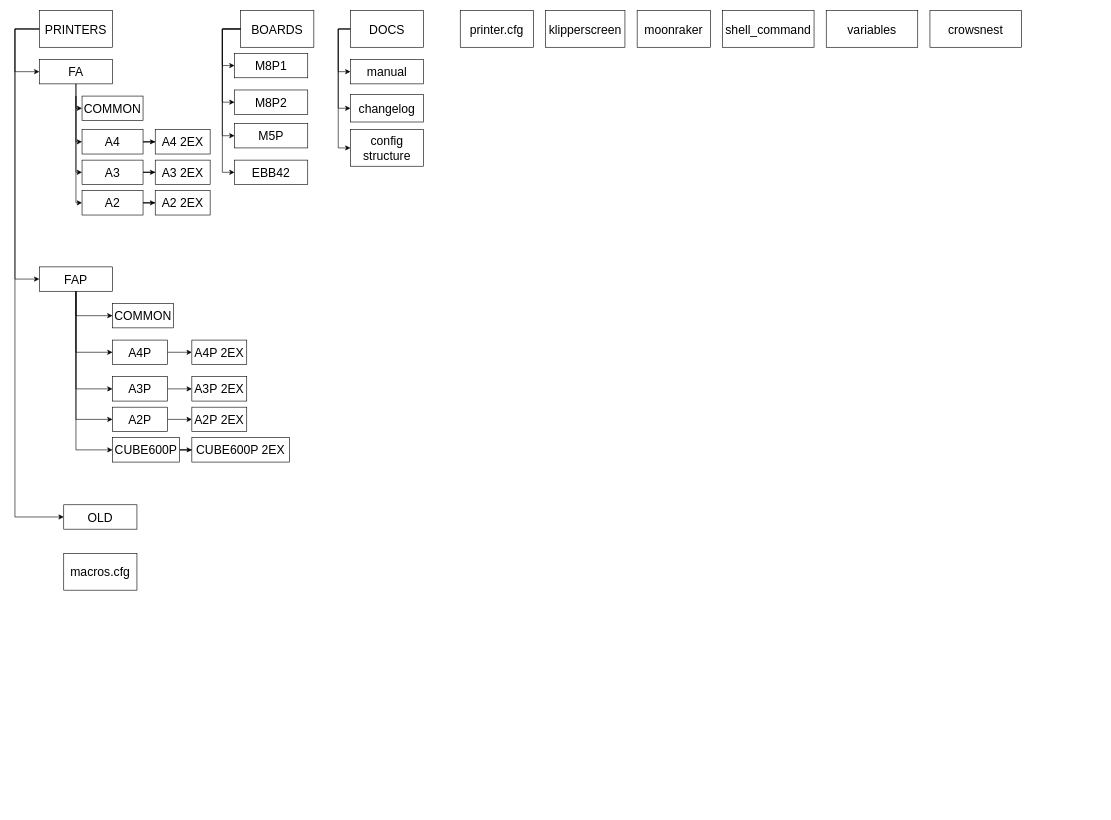
The draw.io diagram docs/Config structure.drawio in VLGBT/config, before the edit. Source tidied: cells renumbered, new cells numbered last; positions are measured from the earlier drawing's top-left corner, leaving out a move shared by most shapes. Both pictures are drawn from the tidied source at 61%, with x=0, y=0 at pixel (15, 10).
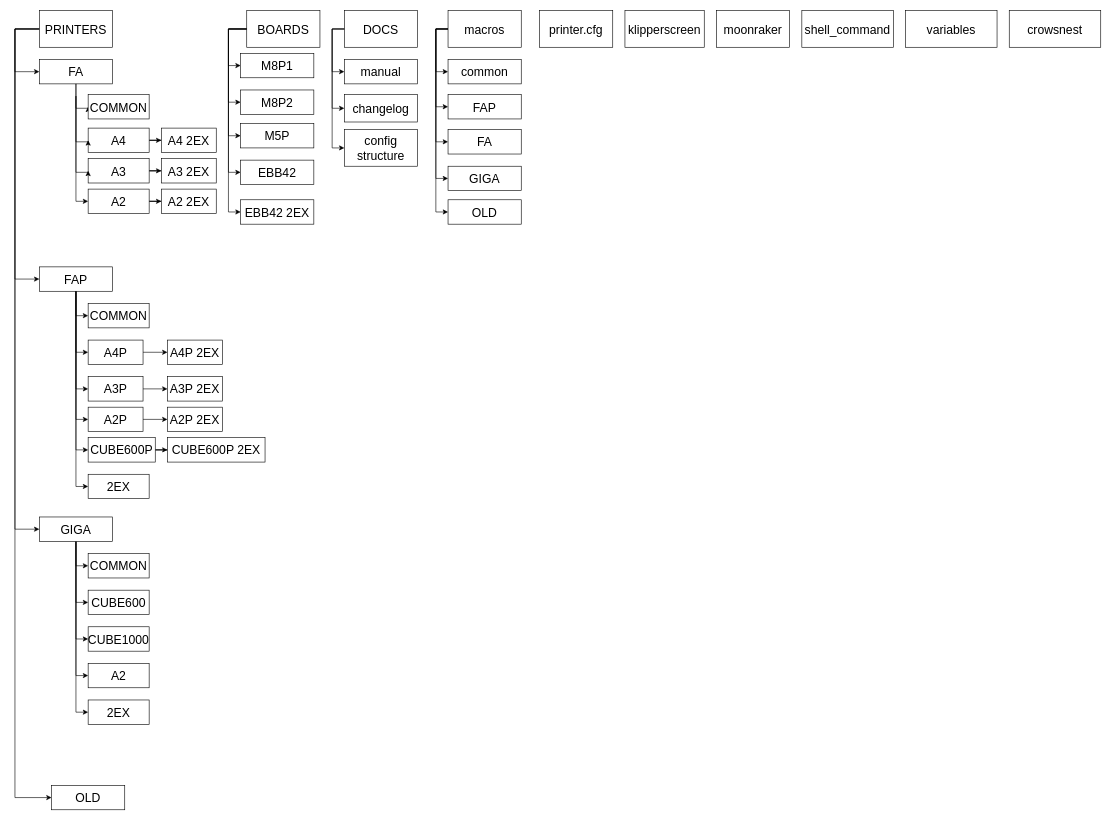
Above is the later version.

Commit message (it also covers changes not shown here):
Update config stricture

The change refers to these unchanged cells:
```xml
<mxCell id="3" value="&lt;span style=&quot;font-size: 20px;&quot;&gt;PRINTERS&lt;/span&gt;" style="rounded=0;whiteSpace=wrap;html=1;" parent="1" vertex="1">
  <mxGeometry x="40" width="120" height="60" as="geometry" />
</mxCell>
<mxCell id="11" value="&lt;font style=&quot;font-size: 20px;&quot;&gt;FAP&lt;/font&gt;" style="rounded=0;whiteSpace=wrap;html=1;" parent="1" vertex="1">
  <mxGeometry x="40" y="420" width="120" height="40" as="geometry" />
</mxCell>
```

Change to the diagram source:
```diff
@@
+    <mxCell id="64" style="edgeStyle=orthogonalEdgeStyle;rounded=0;jettySize=auto;html=1;entryX=0;entryY=0.5;entryDx=0;entryDy=0;" parent="1" edge="1" source="3" target="83">
+      <mxGeometry relative="1" as="geometry">
+        <Array as="points">
+          <mxPoint y="30" />
+          <mxPoint y="850" />
+        </Array>
+      </mxGeometry>
+    </mxCell>
@@
     <mxCell id="4" style="edgeStyle=orthogonalEdgeStyle;rounded=0;jettySize=auto;html=1;entryX=0;entryY=0.5;entryDx=0;entryDy=0;" parent="1" edge="1" source="5" target="44">
       <mxGeometry relative="1" as="geometry">
         <Array as="points">
-          <mxPoint x="530" y="30" />
-          <mxPoint x="530" y="100" />
+          <mxPoint x="520" y="30" />
+          <mxPoint x="520" y="100" />
         </Array>
       </mxGeometry>
     </mxCell>
     <mxCell id="5" value="&lt;font style=&quot;font-size: 20px;&quot;&gt;DOCS&lt;/font&gt;" style="rounded=0;whiteSpace=wrap;html=1;" parent="1" vertex="1">
-      <mxGeometry x="550" width="120" height="60" as="geometry" />
+      <mxGeometry x="540" width="120" height="60" as="geometry" />
     </mxCell>
     <mxCell id="6" value="&lt;font style=&quot;font-size: 20px;&quot;&gt;printer.cfg&lt;/font&gt;" style="rounded=0;whiteSpace=wrap;html=1;" parent="1" vertex="1">
-      <mxGeometry x="730" width="120" height="60" as="geometry" />
+      <mxGeometry x="860" width="120" height="60" as="geometry" />
     </mxCell>
@@
+    <mxCell id="65" style="edgeStyle=orthogonalEdgeStyle;rounded=0;jettySize=auto;html=1;entryX=0;entryY=0.5;entryDx=0;entryDy=0;" parent="1" edge="1" source="11" target="88">
+      <mxGeometry relative="1" as="geometry" />
+    </mxCell>
@@
     <mxCell id="12" value="&lt;font style=&quot;font-size: 20px;&quot;&gt;OLD&lt;br&gt;&lt;/font&gt;" style="rounded=0;whiteSpace=wrap;html=1;" parent="1" vertex="1">
-      <mxGeometry x="80" y="810" width="120" height="40" as="geometry" />
+      <mxGeometry x="60" y="1270" width="120" height="40" as="geometry" />
     </mxCell>
+    <mxCell id="66" style="edgeStyle=orthogonalEdgeStyle;rounded=0;jettySize=auto;html=1;entryX=0;entryY=0.5;entryDx=0;entryDy=0;" parent="1" edge="1" source="13" target="76">
+      <mxGeometry relative="1" as="geometry">
+        <Array as="points">
+          <mxPoint x="690" y="30" />
+          <mxPoint x="690" y="330" />
+        </Array>
+      </mxGeometry>
+    </mxCell>
+    <mxCell id="67" style="edgeStyle=orthogonalEdgeStyle;rounded=0;jettySize=auto;html=1;entryX=0;entryY=0.5;entryDx=0;entryDy=0;" parent="1" edge="1" source="13" target="72">
+      <mxGeometry relative="1" as="geometry">
+        <Array as="points">
+          <mxPoint x="690" y="30" />
+          <mxPoint x="690" y="100" />
+        </Array>
+      </mxGeometry>
+    </mxCell>
+    <mxCell id="68" style="edgeStyle=orthogonalEdgeStyle;rounded=0;jettySize=auto;html=1;entryX=0;entryY=0.5;entryDx=0;entryDy=0;" parent="1" edge="1" source="13" target="73">
+      <mxGeometry relative="1" as="geometry">
+        <Array as="points">
+          <mxPoint x="690" y="30" />
+          <mxPoint x="690" y="158" />
+        </Array>
+      </mxGeometry>
+    </mxCell>
+    <mxCell id="69" style="edgeStyle=orthogonalEdgeStyle;rounded=0;jettySize=auto;html=1;entryX=0;entryY=0.5;entryDx=0;entryDy=0;" parent="1" edge="1" source="13" target="74">
+      <mxGeometry relative="1" as="geometry">
+        <Array as="points">
+          <mxPoint x="690" y="30" />
+          <mxPoint x="690" y="215" />
+        </Array>
+      </mxGeometry>
+    </mxCell>
+    <mxCell id="70" style="edgeStyle=orthogonalEdgeStyle;rounded=0;jettySize=auto;html=1;entryX=0;entryY=0.5;entryDx=0;entryDy=0;" parent="1" edge="1" source="13" target="75">
+      <mxGeometry relative="1" as="geometry">
+        <Array as="points">
+          <mxPoint x="690" y="30" />
+          <mxPoint x="690" y="275" />
+        </Array>
+      </mxGeometry>
+    </mxCell>
-    <mxCell id="13" value="&lt;font style=&quot;font-size: 20px;&quot;&gt;macros.cfg&lt;/font&gt;" style="rounded=0;whiteSpace=wrap;html=1;" parent="1" vertex="1">
-      <mxGeometry x="80" y="890" width="120" height="60" as="geometry" />
+    <mxCell id="13" value="&lt;font style=&quot;font-size: 20px;&quot;&gt;ma&lt;/font&gt;&lt;span style=&quot;font-size: 20px; background-color: initial;&quot;&gt;cros&lt;/span&gt;" style="rounded=0;whiteSpace=wrap;html=1;" parent="1" vertex="1">
+      <mxGeometry x="710" width="120" height="60" as="geometry" />
     </mxCell>
     <mxCell id="14" value="&lt;font style=&quot;font-size: 20px;&quot;&gt;COMMON&lt;/font&gt;" style="rounded=0;whiteSpace=wrap;html=1;" parent="1" vertex="1">
-      <mxGeometry x="110" y="140" width="100" height="40" as="geometry" />
+      <mxGeometry x="120" y="137.5" width="100" height="40" as="geometry" />
     </mxCell>
@@
     <mxCell id="16" value="&lt;font style=&quot;font-size: 20px;&quot;&gt;A4&lt;/font&gt;" style="rounded=0;whiteSpace=wrap;html=1;" parent="1" vertex="1">
-      <mxGeometry x="110" y="195" width="100" height="40" as="geometry" />
+      <mxGeometry x="120" y="192.5" width="100" height="40" as="geometry" />
     </mxCell>
     <mxCell id="17" value="&lt;font style=&quot;font-size: 20px;&quot;&gt;A4 2EX&lt;/font&gt;" style="rounded=0;whiteSpace=wrap;html=1;" parent="1" vertex="1">
-      <mxGeometry x="230" y="195" width="90" height="40" as="geometry" />
+      <mxGeometry x="240" y="192.5" width="90" height="40" as="geometry" />
     </mxCell>
@@
     <mxCell id="19" value="&lt;font style=&quot;font-size: 20px;&quot;&gt;A3&lt;/font&gt;" style="rounded=0;whiteSpace=wrap;html=1;" parent="1" vertex="1">
-      <mxGeometry x="110" y="245" width="100" height="40" as="geometry" />
+      <mxGeometry x="120" y="242.5" width="100" height="40" as="geometry" />
     </mxCell>
     <mxCell id="20" value="&lt;font style=&quot;font-size: 20px;&quot;&gt;A3&lt;/font&gt;&lt;span style=&quot;font-size: 20px; background-color: initial;&quot;&gt;&amp;nbsp;2EX&lt;/span&gt;" style="rounded=0;whiteSpace=wrap;html=1;" parent="1" vertex="1">
-      <mxGeometry x="230" y="245" width="90" height="40" as="geometry" />
+      <mxGeometry x="240" y="242.5" width="90" height="40" as="geometry" />
     </mxCell>
@@
     <mxCell id="22" value="&lt;font style=&quot;font-size: 20px;&quot;&gt;A2&lt;/font&gt;" style="rounded=0;whiteSpace=wrap;html=1;" parent="1" vertex="1">
-      <mxGeometry x="110" y="295" width="100" height="40" as="geometry" />
+      <mxGeometry x="120" y="292.5" width="100" height="40" as="geometry" />
     </mxCell>
     <mxCell id="23" value="&lt;font style=&quot;font-size: 20px;&quot;&gt;A2&lt;/font&gt;&lt;span style=&quot;font-size: 20px; background-color: initial;&quot;&gt;&amp;nbsp;2EX&lt;/span&gt;" style="rounded=0;whiteSpace=wrap;html=1;" parent="1" vertex="1">
-      <mxGeometry x="230" y="295" width="90" height="40" as="geometry" />
+      <mxGeometry x="240" y="292.5" width="90" height="40" as="geometry" />
     </mxCell>
@@
     <mxCell id="25" value="&lt;font style=&quot;font-size: 20px;&quot;&gt;CUBE600P&lt;/font&gt;" style="rounded=0;whiteSpace=wrap;html=1;" parent="1" vertex="1">
-      <mxGeometry x="160" y="700" width="110" height="40" as="geometry" />
+      <mxGeometry x="120" y="700" width="110" height="40" as="geometry" />
     </mxCell>
     <mxCell id="26" value="&lt;font style=&quot;font-size: 20px;&quot;&gt;CUBE600P 2EX&lt;/font&gt;" style="rounded=0;whiteSpace=wrap;html=1;" parent="1" vertex="1">
-      <mxGeometry x="290" y="700" width="160" height="40" as="geometry" />
+      <mxGeometry x="250" y="700" width="160" height="40" as="geometry" />
     </mxCell>
     <mxCell id="27" value="&lt;font style=&quot;font-size: 20px;&quot;&gt;COMMON&lt;/font&gt;" style="rounded=0;whiteSpace=wrap;html=1;" parent="1" vertex="1">
-      <mxGeometry x="160" y="480" width="100" height="40" as="geometry" />
+      <mxGeometry x="120" y="480" width="100" height="40" as="geometry" />
     </mxCell>
@@
     <mxCell id="29" value="&lt;font style=&quot;font-size: 20px;&quot;&gt;A4P&lt;/font&gt;" style="rounded=0;whiteSpace=wrap;html=1;" parent="1" vertex="1">
-      <mxGeometry x="160" y="540" width="90" height="40" as="geometry" />
+      <mxGeometry x="120" y="540" width="90" height="40" as="geometry" />
     </mxCell>
     <mxCell id="30" value="&lt;font style=&quot;font-size: 20px;&quot;&gt;A4P 2EX&lt;/font&gt;" style="rounded=0;whiteSpace=wrap;html=1;" parent="1" vertex="1">
-      <mxGeometry x="290" y="540" width="90" height="40" as="geometry" />
+      <mxGeometry x="250" y="540" width="90" height="40" as="geometry" />
     </mxCell>
@@
     <mxCell id="32" value="&lt;font style=&quot;font-size: 20px;&quot;&gt;A3P&lt;/font&gt;" style="rounded=0;whiteSpace=wrap;html=1;" parent="1" vertex="1">
-      <mxGeometry x="160" y="600" width="90" height="40" as="geometry" />
+      <mxGeometry x="120" y="600" width="90" height="40" as="geometry" />
     </mxCell>
     <mxCell id="33" value="&lt;font style=&quot;font-size: 20px;&quot;&gt;A3P&lt;/font&gt;&lt;span style=&quot;font-size: 20px; background-color: initial;&quot;&gt;&amp;nbsp;2EX&lt;/span&gt;" style="rounded=0;whiteSpace=wrap;html=1;" parent="1" vertex="1">
-      <mxGeometry x="290" y="600" width="90" height="40" as="geometry" />
+      <mxGeometry x="250" y="600" width="90" height="40" as="geometry" />
     </mxCell>
@@
     <mxCell id="35" value="&lt;font style=&quot;font-size: 20px;&quot;&gt;A2P&lt;/font&gt;" style="rounded=0;whiteSpace=wrap;html=1;" parent="1" vertex="1">
-      <mxGeometry x="160" y="650" width="90" height="40" as="geometry" />
+      <mxGeometry x="120" y="650" width="90" height="40" as="geometry" />
     </mxCell>
     <mxCell id="36" value="&lt;font style=&quot;font-size: 20px;&quot;&gt;A2P&lt;/font&gt;&lt;span style=&quot;font-size: 20px; background-color: initial;&quot;&gt;&amp;nbsp;2EX&lt;/span&gt;" style="rounded=0;whiteSpace=wrap;html=1;" parent="1" vertex="1">
-      <mxGeometry x="290" y="650" width="90" height="40" as="geometry" />
+      <mxGeometry x="250" y="650" width="90" height="40" as="geometry" />
     </mxCell>
@@
     <mxCell id="44" value="&lt;span style=&quot;font-size: 20px;&quot;&gt;manual&lt;/span&gt;" style="rounded=0;whiteSpace=wrap;html=1;" parent="1" vertex="1">
-      <mxGeometry x="550" y="80" width="120" height="40" as="geometry" />
+      <mxGeometry x="540" y="80" width="120" height="40" as="geometry" />
     </mxCell>
     <mxCell id="45" value="&lt;font style=&quot;font-size: 20px;&quot;&gt;changelog&lt;/font&gt;" style="rounded=0;whiteSpace=wrap;html=1;" parent="1" vertex="1">
-      <mxGeometry x="550" y="137.5" width="120" height="45" as="geometry" />
+      <mxGeometry x="540" y="137.5" width="120" height="45" as="geometry" />
     </mxCell>
     <mxCell id="46" style="edgeStyle=orthogonalEdgeStyle;rounded=0;jettySize=auto;html=1;exitX=0;exitY=0.5;exitDx=0;exitDy=0;entryX=0;entryY=0.5;entryDx=0;entryDy=0;" parent="1" edge="1" source="5" target="45">
       <mxGeometry relative="1" as="geometry">
         <Array as="points">
-          <mxPoint x="530" y="30" />
-          <mxPoint x="530" y="160" />
+          <mxPoint x="520" y="30" />
+          <mxPoint x="520" y="160" />
         </Array>
       </mxGeometry>
     </mxCell>
+    <mxCell id="71" style="edgeStyle=orthogonalEdgeStyle;rounded=0;jettySize=auto;html=1;entryX=0;entryY=0.5;entryDx=0;entryDy=0;" parent="1" edge="1" source="47" target="77">
+      <mxGeometry relative="1" as="geometry">
+        <Array as="points">
+          <mxPoint x="350" y="30" />
+          <mxPoint x="350" y="330" />
+        </Array>
+      </mxGeometry>
+    </mxCell>
     <mxCell id="47" value="&lt;font style=&quot;font-size: 20px;&quot;&gt;BOARDS&lt;/font&gt;" style="rounded=0;whiteSpace=wrap;html=1;" parent="1" vertex="1">
-      <mxGeometry x="370" width="120" height="60" as="geometry" />
+      <mxGeometry x="380" width="120" height="60" as="geometry" />
     </mxCell>
     <mxCell id="48" value="&lt;span style=&quot;font-size: 20px;&quot;&gt;M8P1&lt;/span&gt;" style="rounded=0;whiteSpace=wrap;html=1;" parent="1" vertex="1">
-      <mxGeometry x="360" y="70" width="120" height="40" as="geometry" />
+      <mxGeometry x="370" y="70" width="120" height="40" as="geometry" />
     </mxCell>
     <mxCell id="49" value="&lt;font style=&quot;font-size: 20px;&quot;&gt;M8P2&lt;/font&gt;" style="rounded=0;whiteSpace=wrap;html=1;" parent="1" vertex="1">
-      <mxGeometry x="360" y="130" width="120" height="40" as="geometry" />
+      <mxGeometry x="370" y="130" width="120" height="40" as="geometry" />
     </mxCell>
     <mxCell id="50" value="&lt;font style=&quot;font-size: 20px;&quot;&gt;M5P&lt;/font&gt;" style="rounded=0;whiteSpace=wrap;html=1;" parent="1" vertex="1">
-      <mxGeometry x="360" y="185" width="120" height="40" as="geometry" />
+      <mxGeometry x="370" y="185" width="120" height="40" as="geometry" />
     </mxCell>
     <mxCell id="51" value="&lt;font style=&quot;font-size: 20px;&quot;&gt;EBB42&lt;/font&gt;" style="rounded=0;whiteSpace=wrap;html=1;" parent="1" vertex="1">
-      <mxGeometry x="360" y="245" width="120" height="40" as="geometry" />
+      <mxGeometry x="370" y="245" width="120" height="40" as="geometry" />
     </mxCell>
     <mxCell id="52" style="edgeStyle=orthogonalEdgeStyle;rounded=0;jettySize=auto;html=1;entryX=0;entryY=0.5;entryDx=0;entryDy=0;exitX=0;exitY=0.5;exitDx=0;exitDy=0;" parent="1" edge="1" source="3" target="12">
       <mxGeometry relative="1" as="geometry">
         <Array as="points">
           <mxPoint y="30" />
-          <mxPoint y="830" />
+          <mxPoint y="1290" />
+          <mxPoint x="60" y="1290" />
         </Array>
       </mxGeometry>
     </mxCell>
     <mxCell id="53" value="&lt;font style=&quot;font-size: 20px;&quot;&gt;config structure&lt;/font&gt;" style="rounded=0;whiteSpace=wrap;html=1;" parent="1" vertex="1">
-      <mxGeometry x="550" y="195" width="120" height="60" as="geometry" />
+      <mxGeometry x="540" y="195" width="120" height="60" as="geometry" />
     </mxCell>
     <mxCell id="54" style="edgeStyle=orthogonalEdgeStyle;rounded=0;jettySize=auto;html=1;entryX=0;entryY=0.5;entryDx=0;entryDy=0;exitX=0;exitY=0.5;exitDx=0;exitDy=0;" parent="1" edge="1" source="5" target="53">
       <mxGeometry relative="1" as="geometry">
         <Array as="points">
-          <mxPoint x="530" y="30" />
-          <mxPoint x="530" y="225" />
+          <mxPoint x="520" y="30" />
+          <mxPoint x="520" y="225" />
         </Array>
       </mxGeometry>
     </mxCell>
     <mxCell id="55" style="edgeStyle=orthogonalEdgeStyle;rounded=0;jettySize=auto;html=1;entryX=0;entryY=0.5;entryDx=0;entryDy=0;exitX=0;exitY=0.5;exitDx=0;exitDy=0;" parent="1" edge="1" source="47" target="50">
       <mxGeometry relative="1" as="geometry">
         <Array as="points">
-          <mxPoint x="340" y="30" />
-          <mxPoint x="340" y="205" />
+          <mxPoint x="350" y="30" />
+          <mxPoint x="350" y="205" />
         </Array>
       </mxGeometry>
     </mxCell>
     <mxCell id="56" style="edgeStyle=orthogonalEdgeStyle;rounded=0;jettySize=auto;html=1;entryX=0;entryY=0.5;entryDx=0;entryDy=0;exitX=0;exitY=0.5;exitDx=0;exitDy=0;" parent="1" edge="1" source="47" target="51">
       <mxGeometry relative="1" as="geometry">
         <Array as="points">
-          <mxPoint x="340" y="30" />
-          <mxPoint x="340" y="265" />
+          <mxPoint x="350" y="30" />
+          <mxPoint x="350" y="265" />
         </Array>
       </mxGeometry>
     </mxCell>
     <mxCell id="57" style="edgeStyle=orthogonalEdgeStyle;rounded=0;jettySize=auto;html=1;entryX=0;entryY=0.5;entryDx=0;entryDy=0;exitX=0;exitY=0.5;exitDx=0;exitDy=0;" parent="1" edge="1" source="47" target="49">
       <mxGeometry relative="1" as="geometry">
         <Array as="points">
-          <mxPoint x="340" y="30" />
-          <mxPoint x="340" y="150" />
+          <mxPoint x="350" y="30" />
+          <mxPoint x="350" y="150" />
         </Array>
       </mxGeometry>
     </mxCell>
     <mxCell id="58" style="edgeStyle=orthogonalEdgeStyle;rounded=0;jettySize=auto;html=1;entryX=0;entryY=0.5;entryDx=0;entryDy=0;exitX=0;exitY=0.5;exitDx=0;exitDy=0;" parent="1" edge="1" source="47" target="48">
       <mxGeometry relative="1" as="geometry">
         <Array as="points">
-          <mxPoint x="340" y="30" />
-          <mxPoint x="340" y="90" />
+          <mxPoint x="350" y="30" />
+          <mxPoint x="350" y="90" />
         </Array>
       </mxGeometry>
     </mxCell>
     <mxCell id="59" value="&lt;font style=&quot;font-size: 20px;&quot;&gt;klipperscreen&lt;/font&gt;" style="rounded=0;whiteSpace=wrap;html=1;" parent="1" vertex="1">
-      <mxGeometry x="870" width="130" height="60" as="geometry" />
+      <mxGeometry x="1000" width="130" height="60" as="geometry" />
     </mxCell>
     <mxCell id="60" value="&lt;font style=&quot;font-size: 20px;&quot;&gt;moonraker&lt;/font&gt;" style="rounded=0;whiteSpace=wrap;html=1;" parent="1" vertex="1">
-      <mxGeometry x="1020" width="120" height="60" as="geometry" />
+      <mxGeometry x="1150" width="120" height="60" as="geometry" />
     </mxCell>
     <mxCell id="61" value="&lt;font style=&quot;font-size: 20px;&quot;&gt;shell_command&lt;/font&gt;" style="rounded=0;whiteSpace=wrap;html=1;" parent="1" vertex="1">
-      <mxGeometry x="1160" width="150" height="60" as="geometry" />
+      <mxGeometry x="1290" width="150" height="60" as="geometry" />
     </mxCell>
     <mxCell id="62" value="&lt;font style=&quot;font-size: 20px;&quot;&gt;variables&lt;/font&gt;" style="rounded=0;whiteSpace=wrap;html=1;" parent="1" vertex="1">
-      <mxGeometry x="1330" width="150" height="60" as="geometry" />
+      <mxGeometry x="1460" width="150" height="60" as="geometry" />
     </mxCell>
     <mxCell id="63" value="&lt;font style=&quot;font-size: 20px;&quot;&gt;crowsnest&lt;/font&gt;" style="rounded=0;whiteSpace=wrap;html=1;" parent="1" vertex="1">
-      <mxGeometry x="1500" width="150" height="60" as="geometry" />
+      <mxGeometry x="1630" width="150" height="60" as="geometry" />
     </mxCell>
+    <mxCell id="72" value="&lt;span style=&quot;font-size: 20px;&quot;&gt;common&lt;/span&gt;" style="rounded=0;whiteSpace=wrap;html=1;" parent="1" vertex="1">
+      <mxGeometry x="710" y="80" width="120" height="40" as="geometry" />
+    </mxCell>
+    <mxCell id="73" value="&lt;span style=&quot;font-size: 20px;&quot;&gt;FAP&lt;/span&gt;" style="rounded=0;whiteSpace=wrap;html=1;" parent="1" vertex="1">
+      <mxGeometry x="710" y="137.5" width="120" height="40" as="geometry" />
+    </mxCell>
+    <mxCell id="74" value="&lt;span style=&quot;font-size: 20px;&quot;&gt;FA&lt;/span&gt;" style="rounded=0;whiteSpace=wrap;html=1;" parent="1" vertex="1">
+      <mxGeometry x="710" y="195" width="120" height="40" as="geometry" />
+    </mxCell>
+    <mxCell id="75" value="&lt;span style=&quot;font-size: 20px;&quot;&gt;GIGA&lt;/span&gt;" style="rounded=0;whiteSpace=wrap;html=1;" parent="1" vertex="1">
+      <mxGeometry x="710" y="255" width="120" height="40" as="geometry" />
+    </mxCell>
+    <mxCell id="76" value="&lt;span style=&quot;font-size: 20px;&quot;&gt;OLD&lt;/span&gt;" style="rounded=0;whiteSpace=wrap;html=1;" parent="1" vertex="1">
+      <mxGeometry x="710" y="310" width="120" height="40" as="geometry" />
+    </mxCell>
+    <mxCell id="77" value="&lt;font style=&quot;font-size: 20px;&quot;&gt;EBB42 2EX&lt;/font&gt;" style="rounded=0;whiteSpace=wrap;html=1;" parent="1" vertex="1">
+      <mxGeometry x="370" y="310" width="120" height="40" as="geometry" />
+    </mxCell>
+    <mxCell id="78" style="edgeStyle=orthogonalEdgeStyle;rounded=0;jettySize=auto;html=1;entryX=0;entryY=0.5;entryDx=0;entryDy=0;" parent="1" edge="1" source="83" target="84">
+      <mxGeometry relative="1" as="geometry" />
+    </mxCell>
+    <mxCell id="79" style="edgeStyle=orthogonalEdgeStyle;rounded=0;jettySize=auto;html=1;entryX=0;entryY=0.5;entryDx=0;entryDy=0;" parent="1" edge="1" source="83" target="85">
+      <mxGeometry relative="1" as="geometry" />
+    </mxCell>
+    <mxCell id="80" style="edgeStyle=orthogonalEdgeStyle;rounded=0;jettySize=auto;html=1;entryX=0;entryY=0.5;entryDx=0;entryDy=0;" parent="1" edge="1" source="83" target="86">
+      <mxGeometry relative="1" as="geometry" />
+    </mxCell>
+    <mxCell id="81" style="edgeStyle=orthogonalEdgeStyle;rounded=0;jettySize=auto;html=1;entryX=0;entryY=0.5;entryDx=0;entryDy=0;" parent="1" edge="1" source="83" target="87">
+      <mxGeometry relative="1" as="geometry" />
+    </mxCell>
+    <mxCell id="82" style="edgeStyle=orthogonalEdgeStyle;rounded=0;jettySize=auto;html=1;entryX=0;entryY=0.5;entryDx=0;entryDy=0;" parent="1" edge="1" source="83" target="89">
+      <mxGeometry relative="1" as="geometry" />
+    </mxCell>
+    <mxCell id="83" value="&lt;font style=&quot;font-size: 20px;&quot;&gt;GIGA&lt;/font&gt;" style="rounded=0;whiteSpace=wrap;html=1;" parent="1" vertex="1">
+      <mxGeometry x="40" y="830" width="120" height="40" as="geometry" />
+    </mxCell>
+    <mxCell id="84" value="&lt;font style=&quot;font-size: 20px;&quot;&gt;COMMON&lt;/font&gt;" style="rounded=0;whiteSpace=wrap;html=1;" parent="1" vertex="1">
+      <mxGeometry x="120" y="890" width="100" height="40" as="geometry" />
+    </mxCell>
+    <mxCell id="85" value="&lt;font style=&quot;font-size: 20px;&quot;&gt;CUBE600&lt;/font&gt;" style="rounded=0;whiteSpace=wrap;html=1;" parent="1" vertex="1">
+      <mxGeometry x="120" y="950" width="100" height="40" as="geometry" />
+    </mxCell>
+    <mxCell id="86" value="&lt;font style=&quot;font-size: 20px;&quot;&gt;CUBE1000&lt;/font&gt;" style="rounded=0;whiteSpace=wrap;html=1;" parent="1" vertex="1">
+      <mxGeometry x="120" y="1010" width="100" height="40" as="geometry" />
+    </mxCell>
+    <mxCell id="87" value="&lt;font style=&quot;font-size: 20px;&quot;&gt;A2&lt;/font&gt;" style="rounded=0;whiteSpace=wrap;html=1;" parent="1" vertex="1">
+      <mxGeometry x="120" y="1070" width="100" height="40" as="geometry" />
+    </mxCell>
+    <mxCell id="88" value="&lt;font style=&quot;font-size: 20px;&quot;&gt;2EX&lt;/font&gt;" style="rounded=0;whiteSpace=wrap;html=1;" parent="1" vertex="1">
+      <mxGeometry x="120" y="760" width="100" height="40" as="geometry" />
+    </mxCell>
+    <mxCell id="89" value="&lt;font style=&quot;font-size: 20px;&quot;&gt;2EX&lt;/font&gt;" style="rounded=0;whiteSpace=wrap;html=1;" parent="1" vertex="1">
+      <mxGeometry x="120" y="1130" width="100" height="40" as="geometry" />
+    </mxCell>
```
